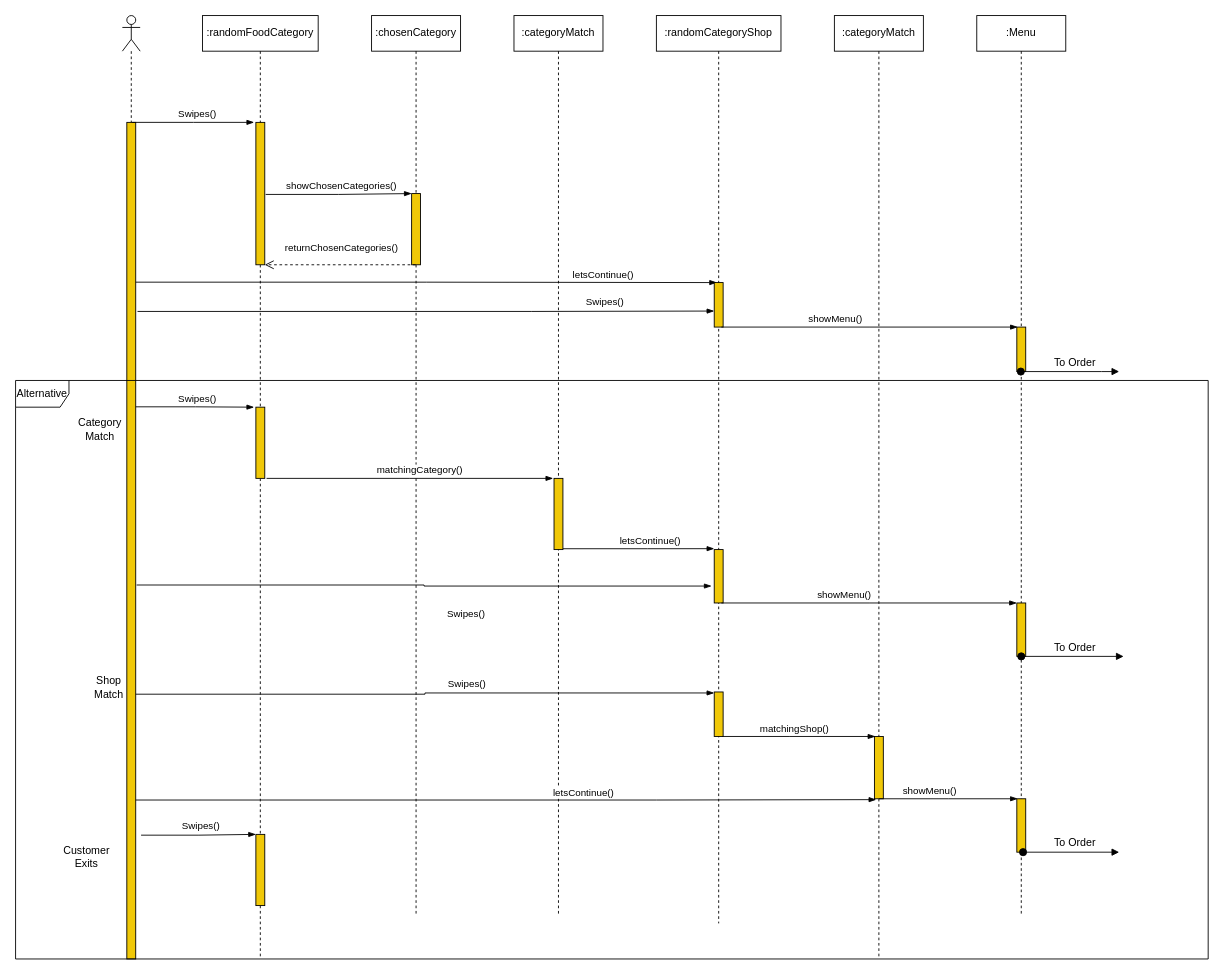
The draw.io diagram docs/contributions/JoannaAgo/Phase_4/sequence-team-choice-restaurant.drawio in iloudaros/nomnomr, before the edit. Source tidied: cells renumbered, new cells numbered last; positions are measured from the earlier drawing's top-left corner, leaving out a move shared by most shapes. Both pictures are drawn from the tidied source at 89%, with x=0, y=0 at pixel (15, 15).
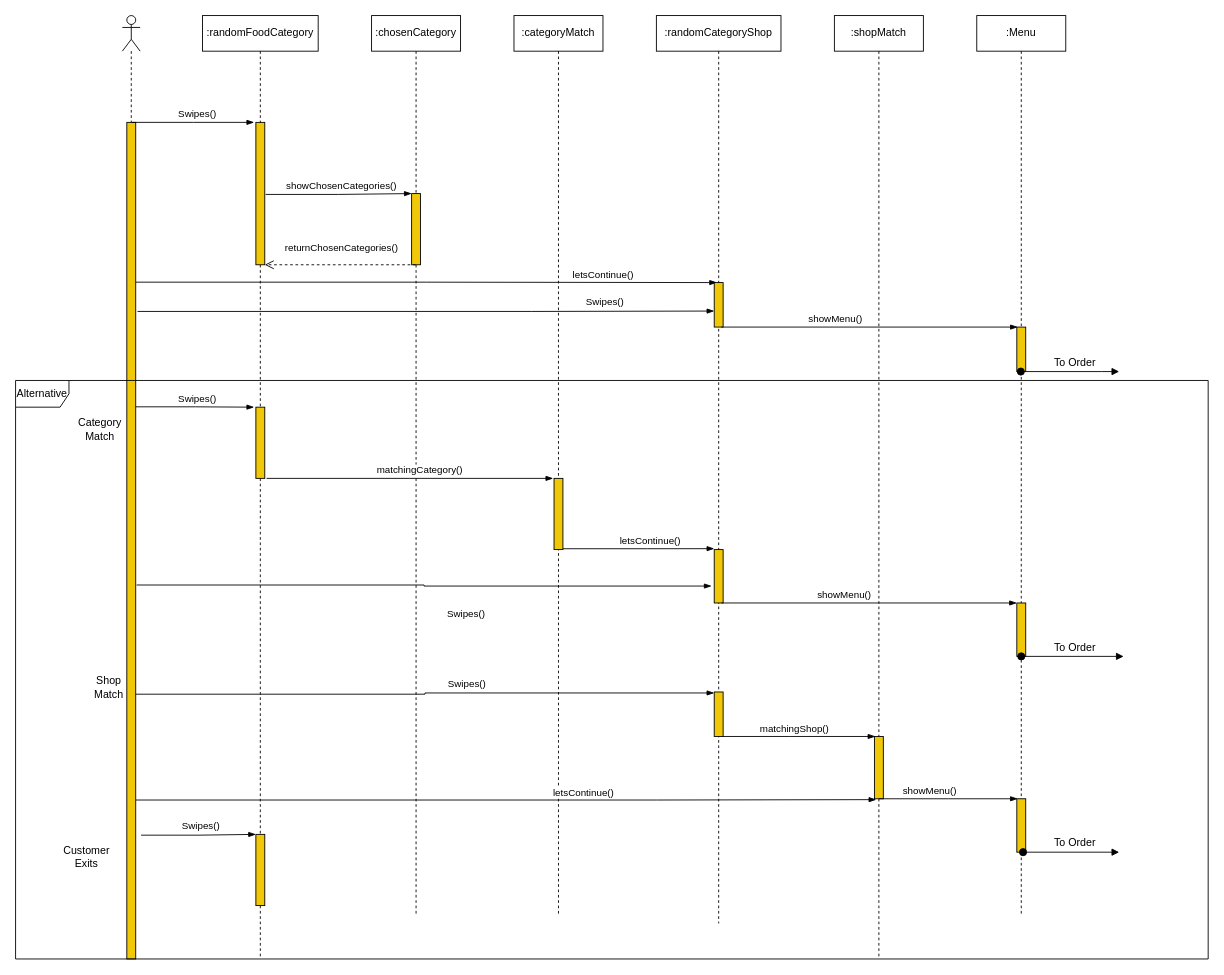
The same page after the edit.

What changed in the source:
```diff
@@
-    <mxCell id="51" value=":categoryMatch" style="shape=umlLifeline;perimeter=lifelinePerimeter;whiteSpace=wrap;html=1;strokeColor=default;fillColor=none;" parent="1" vertex="1">
+    <mxCell id="51" value=":shopMatch" style="shape=umlLifeline;perimeter=lifelinePerimeter;whiteSpace=wrap;html=1;strokeColor=default;fillColor=none;" parent="1" vertex="1">
       <mxGeometry x="920" width="100" height="1060" as="geometry" />
     </mxCell>
```
